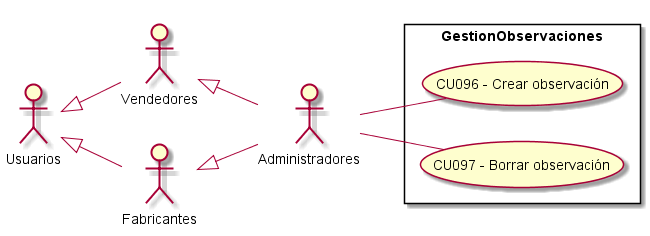
This is Informe Final/Imagenes/ModeladoDeCasosDeUso/DiagramaDeCasosDeUso/GestionObservaciones.png from ZMGestion/DocumentacionZMGestion, a PlantUML export, as it was before one commit.
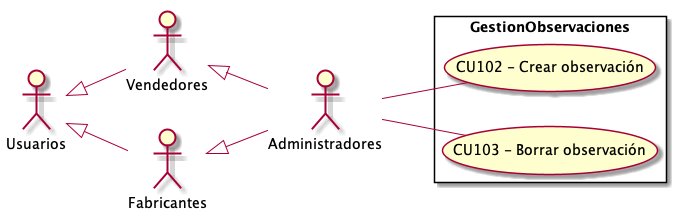
After the change.

The edit, as a diff of the source:
```diff
@@ -13,8 +13,8 @@
  left to right direction
 
 rectangle GestionObservaciones{
-    UseCase "CU096 - Crear observación" as C
-    UseCase "CU097 - Borrar observación" as B
+    UseCase "CU102 - Crear observación" as C
+    UseCase "CU103 - Borrar observación" as B
 }
     Administradores -- C
     Administradores -- B
```
